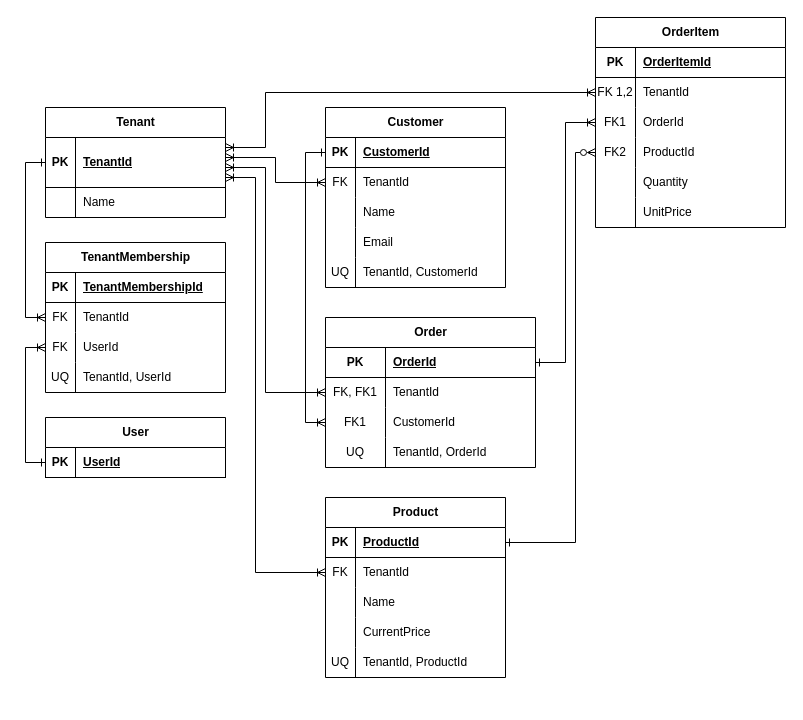
Earlier version of the draw.io diagram enterpriseOrderDb.drawio (battery6/EnterpriseOrderSystem). Source tidied: cells renumbered, new cells numbered last; positions are measured from the earlier drawing's top-left corner, leaving out a move shared by most shapes. Both pictures are drawn from the tidied source at 100%, with x=0, y=0 at pixel (45, 17).
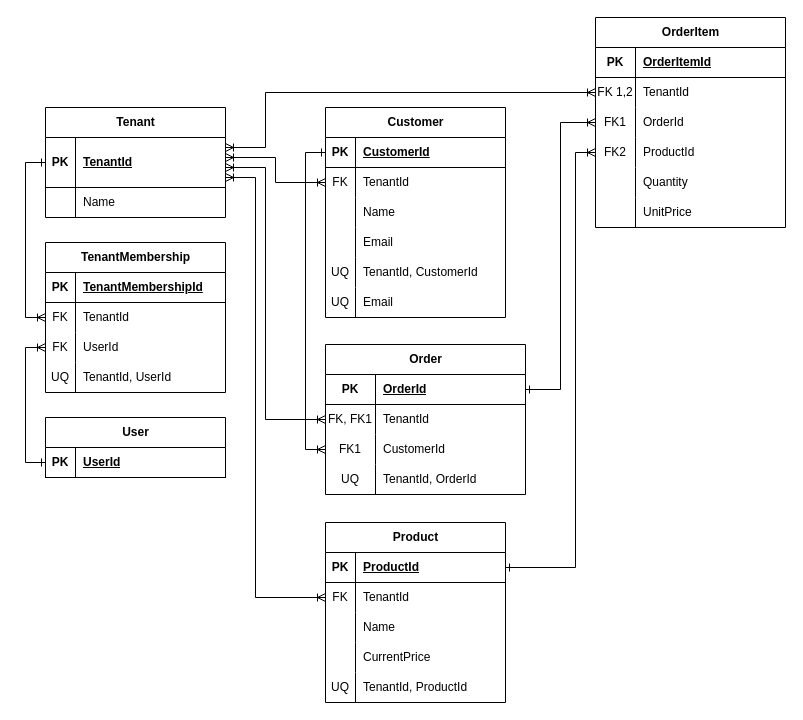
The same page after the edit.

Commit message:
Updated ERD with UQ for customer email

The change refers to these unchanged cells:
```xml
<mxCell id="5" style="shape=tableRow;horizontal=0;startSize=0;swimlaneHead=0;swimlaneBody=0;fillColor=none;points=[[0,0.5],[1,0.5]];portConstraint=eastwest;top=0;left=0;right=0;bottom=1;" parent="4" vertex="1">
  <mxGeometry y="30" width="180" height="50" as="geometry" />
</mxCell>
<mxCell id="17" style="shape=tableRow;horizontal=0;startSize=0;swimlaneHead=0;swimlaneBody=0;fillColor=none;points=[[0,0.5],[1,0.5]];portConstraint=eastwest;top=0;left=0;right=0;bottom=1;" parent="16" vertex="1">
  <mxGeometry y="30" width="180" height="30" as="geometry" />
</mxCell>
<mxCell id="20" style="shape=tableRow;horizontal=0;startSize=0;swimlaneHead=0;swimlaneBody=0;fillColor=none;points=[[0,0.5],[1,0.5]];portConstraint=eastwest;top=0;left=0;right=0;bottom=0;" parent="16" vertex="1">
  <mxGeometry y="60" width="180" height="30" as="geometry" />
</mxCell>
<mxCell id="36" style="shape=tableRow;horizontal=0;startSize=0;swimlaneHead=0;swimlaneBody=0;fillColor=none;points=[[0,0.5],[1,0.5]];portConstraint=eastwest;top=0;left=0;right=0;bottom=0;" parent="32" vertex="1">
  <mxGeometry y="60" width="180" height="30" as="geometry" />
</mxCell>
<mxCell id="71" style="shape=tableRow;horizontal=0;startSize=0;swimlaneHead=0;swimlaneBody=0;fillColor=none;points=[[0,0.5],[1,0.5]];portConstraint=eastwest;top=0;left=0;right=0;bottom=0;" parent="61" vertex="1">
  <mxGeometry y="120" width="190" height="30" as="geometry" />
</mxCell>
```

Diff of the diagram source:
```diff
@@
     <mxCell id="2" style="edgeStyle=orthogonalEdgeStyle;rounded=0;jettySize=auto;html=1;entryX=0;entryY=0.5;entryDx=0;entryDy=0;defaultLabelBackgroundColor=page;labelPadding=0 4;endArrow=ERoneToMany;endFill=0;startArrow=ERoneToMany;startFill=0;exitX=1;exitY=0.4;exitDx=0;exitDy=0;exitPerimeter=0;" parent="1" edge="1" source="5" target="36">
-      <mxGeometry x="-0.13" relative="1" as="geometry" />
+      <mxGeometry x="-0.12" relative="1" as="geometry" />
     </mxCell>
@@
     <mxCell id="16" value="Product" style="shape=table;startSize=30;childLayout=tableLayout;rowLines=0;fontStyle=1;align=center;html=1;" parent="1" vertex="1">
-      <mxGeometry x="280" y="480" width="180" height="180" as="geometry" />
+      <mxGeometry x="280" y="505" width="180" height="180" as="geometry" />
     </mxCell>
@@
     <mxCell id="32" value="Customer" style="shape=table;startSize=30;childLayout=tableLayout;rowLines=0;fontStyle=1;align=center;html=1;" parent="1" vertex="1">
-      <mxGeometry x="280" y="90" width="180" height="180" as="geometry" />
+      <mxGeometry x="280" y="90" width="180" height="210" as="geometry" />
     </mxCell>
@@
+    <mxCell id="99" style="shape=tableRow;horizontal=0;startSize=0;swimlaneHead=0;swimlaneBody=0;fillColor=none;top=0;left=0;right=0;bottom=0;" parent="32" vertex="1">
+      <mxGeometry y="180" width="180" height="30" as="geometry" />
+    </mxCell>
+    <mxCell id="100" value="UQ" style="shape=partialRectangle;fillColor=none;top=0;left=0;bottom=0;right=0;overflow=hidden;whiteSpace=wrap;html=1;" parent="99" vertex="1">
+      <mxGeometry width="30" height="30" as="geometry" />
+    </mxCell>
+    <mxCell id="101" value="Email" style="shape=partialRectangle;fillColor=none;top=0;left=0;bottom=0;right=0;align=left;spacingLeft=6;overflow=hidden;whiteSpace=wrap;html=1;" parent="99" vertex="1">
+      <mxGeometry x="30" width="150" height="30" as="geometry" />
+    </mxCell>
     <mxCell id="48" value="Order" style="shape=table;startSize=30;childLayout=tableLayout;rowLines=0;fontStyle=1;align=center;html=1;" parent="1" vertex="1">
-      <mxGeometry x="280" y="300" width="210" height="150" as="geometry" />
+      <mxGeometry x="280" y="327" width="200" height="150" as="geometry" />
     </mxCell>
     <mxCell id="49" style="shape=tableRow;horizontal=0;startSize=0;swimlaneHead=0;swimlaneBody=0;fillColor=none;points=[[0,0.5],[1,0.5]];portConstraint=eastwest;top=0;left=0;right=0;bottom=1;" parent="48" vertex="1">
-      <mxGeometry y="30" width="210" height="30" as="geometry" />
+      <mxGeometry y="30" width="200" height="30" as="geometry" />
     </mxCell>
     <mxCell id="50" value="PK" style="shape=partialRectangle;fillColor=none;top=0;left=0;bottom=0;right=0;fontStyle=1;overflow=hidden;whiteSpace=wrap;html=1;" parent="49" vertex="1">
-      <mxGeometry width="60" height="30" as="geometry" />
+      <mxGeometry width="50" height="30" as="geometry" />
     </mxCell>
     <mxCell id="51" value="OrderId" style="shape=partialRectangle;fillColor=none;top=0;left=0;bottom=0;right=0;align=left;spacingLeft=6;fontStyle=5;overflow=hidden;whiteSpace=wrap;html=1;" parent="49" vertex="1">
-      <mxGeometry x="60" width="150" height="30" as="geometry" />
+      <mxGeometry x="50" width="150" height="30" as="geometry" />
     </mxCell>
     <mxCell id="52" style="shape=tableRow;horizontal=0;startSize=0;swimlaneHead=0;swimlaneBody=0;fillColor=none;points=[[0,0.5],[1,0.5]];portConstraint=eastwest;top=0;left=0;right=0;bottom=0;" parent="48" vertex="1">
-      <mxGeometry y="60" width="210" height="30" as="geometry" />
+      <mxGeometry y="60" width="200" height="30" as="geometry" />
     </mxCell>
     <mxCell id="53" value="FK, FK1" style="shape=partialRectangle;fillColor=none;top=0;left=0;bottom=0;right=0;overflow=hidden;whiteSpace=wrap;html=1;" parent="52" vertex="1">
-      <mxGeometry width="60" height="30" as="geometry" />
+      <mxGeometry width="50" height="30" as="geometry" />
     </mxCell>
     <mxCell id="54" value="TenantId" style="shape=partialRectangle;fillColor=none;top=0;left=0;bottom=0;right=0;align=left;spacingLeft=6;overflow=hidden;whiteSpace=wrap;html=1;" parent="52" vertex="1">
-      <mxGeometry x="60" width="150" height="30" as="geometry" />
+      <mxGeometry x="50" width="150" height="30" as="geometry" />
     </mxCell>
     <mxCell id="55" style="shape=tableRow;horizontal=0;startSize=0;swimlaneHead=0;swimlaneBody=0;fillColor=none;points=[[0,0.5],[1,0.5]];portConstraint=eastwest;top=0;left=0;right=0;bottom=0;" parent="48" vertex="1">
-      <mxGeometry y="90" width="210" height="30" as="geometry" />
+      <mxGeometry y="90" width="200" height="30" as="geometry" />
     </mxCell>
     <mxCell id="56" value="FK1" style="shape=partialRectangle;fillColor=none;top=0;left=0;bottom=0;right=0;overflow=hidden;whiteSpace=wrap;html=1;" parent="55" vertex="1">
-      <mxGeometry width="60" height="30" as="geometry" />
+      <mxGeometry width="50" height="30" as="geometry" />
     </mxCell>
     <mxCell id="57" value="CustomerId" style="shape=partialRectangle;fillColor=none;top=0;left=0;bottom=0;right=0;align=left;spacingLeft=6;overflow=hidden;whiteSpace=wrap;html=1;" parent="55" vertex="1">
-      <mxGeometry x="60" width="150" height="30" as="geometry" />
+      <mxGeometry x="50" width="150" height="30" as="geometry" />
     </mxCell>
     <mxCell id="58" style="shape=tableRow;horizontal=0;startSize=0;swimlaneHead=0;swimlaneBody=0;fillColor=none;top=0;left=0;right=0;bottom=0;" parent="48" vertex="1">
-      <mxGeometry y="120" width="210" height="30" as="geometry" />
+      <mxGeometry y="120" width="200" height="30" as="geometry" />
     </mxCell>
     <mxCell id="59" value="UQ" style="shape=partialRectangle;fillColor=none;top=0;left=0;bottom=0;right=0;overflow=hidden;whiteSpace=wrap;html=1;" parent="58" vertex="1">
-      <mxGeometry width="60" height="30" as="geometry" />
+      <mxGeometry width="50" height="30" as="geometry" />
     </mxCell>
     <mxCell id="60" value="TenantId, OrderId" style="shape=partialRectangle;fillColor=none;top=0;left=0;bottom=0;right=0;align=left;spacingLeft=6;overflow=hidden;whiteSpace=wrap;html=1;" parent="58" vertex="1">
-      <mxGeometry x="60" width="150" height="30" as="geometry" />
+      <mxGeometry x="50" width="150" height="30" as="geometry" />
     </mxCell>
@@
     <mxCell id="80" style="edgeStyle=orthogonalEdgeStyle;rounded=0;jettySize=auto;html=1;exitX=1;exitY=0.6;exitDx=0;exitDy=0;entryX=0;entryY=0.5;entryDx=0;entryDy=0;defaultLabelBackgroundColor=page;labelPadding=0 4;startArrow=ERoneToMany;startFill=0;endArrow=ERoneToMany;endFill=0;exitPerimeter=0;" parent="1" edge="1" source="5" target="52">
       <mxGeometry x="-0.02" relative="1" as="geometry">
         <Array as="points">
           <mxPoint x="220" y="150" />
-          <mxPoint x="220" y="375" />
+          <mxPoint x="220" y="402" />
         </Array>
       </mxGeometry>
     </mxCell>
     <mxCell id="81" style="edgeStyle=orthogonalEdgeStyle;rounded=0;jettySize=auto;html=1;defaultLabelBackgroundColor=page;labelPadding=0 4;entryX=0;entryY=0.5;entryDx=0;entryDy=0;startArrow=ERoneToMany;startFill=0;endArrow=ERoneToMany;endFill=0;exitX=1;exitY=0.8;exitDx=0;exitDy=0;exitPerimeter=0;" parent="1" edge="1" source="5" target="20">
       <mxGeometry x="0.19" relative="1" as="geometry">
         <Array as="points">
           <mxPoint x="210" y="160" />
-          <mxPoint x="210" y="555" />
+          <mxPoint x="210" y="580" />
         </Array>
       </mxGeometry>
     </mxCell>
@@
-    <mxCell id="84" style="edgeStyle=orthogonalEdgeStyle;rounded=0;jettySize=auto;html=1;exitX=1;exitY=0.5;exitDx=0;exitDy=0;entryX=0;entryY=0.5;entryDx=0;entryDy=0;defaultLabelBackgroundColor=page;labelPadding=0 4;startArrow=ERone;startFill=0;endArrow=ERzeroToMany;endFill=0;" parent="1" edge="1" source="17" target="71">
+    <mxCell id="84" style="edgeStyle=orthogonalEdgeStyle;rounded=0;jettySize=auto;html=1;exitX=1;exitY=0.5;exitDx=0;exitDy=0;entryX=0;entryY=0.5;entryDx=0;entryDy=0;defaultLabelBackgroundColor=page;labelPadding=0 4;startArrow=ERone;startFill=0;endArrow=ERoneToMany;endFill=0;" parent="1" edge="1" source="17" target="71">
       <mxGeometry x="-0.21" relative="1" as="geometry">
         <Array as="points">
-          <mxPoint x="530" y="525" />
+          <mxPoint x="530" y="550" />
           <mxPoint x="530" y="135" />
         </Array>
       </mxGeometry>
     </mxCell>
```
